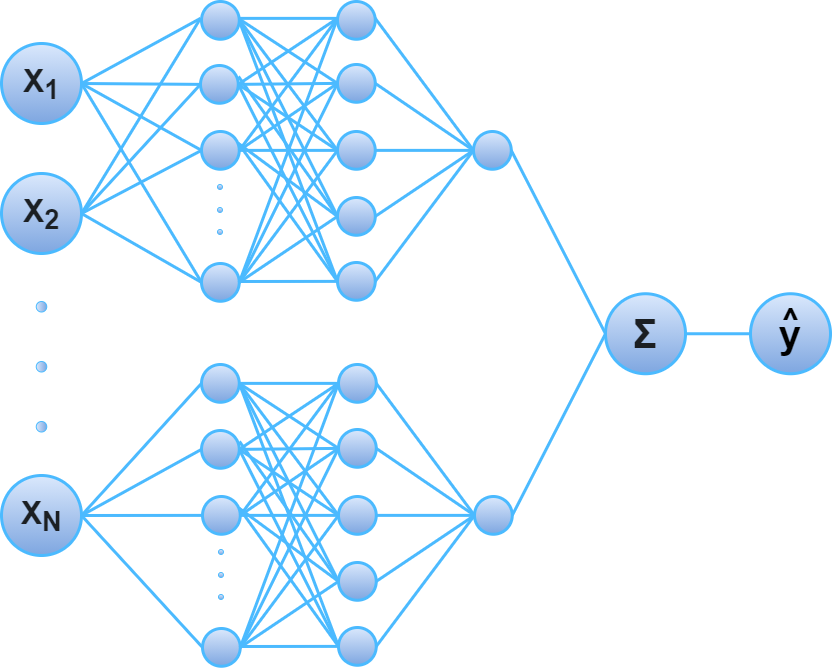
Earlier version of the draw.io export images/nam.png (RyanSaxe/blog). Source tidied: cells renumbered, new cells last; positions are measured from the earlier drawing's top-left corner, leaving out a move shared by most shapes.
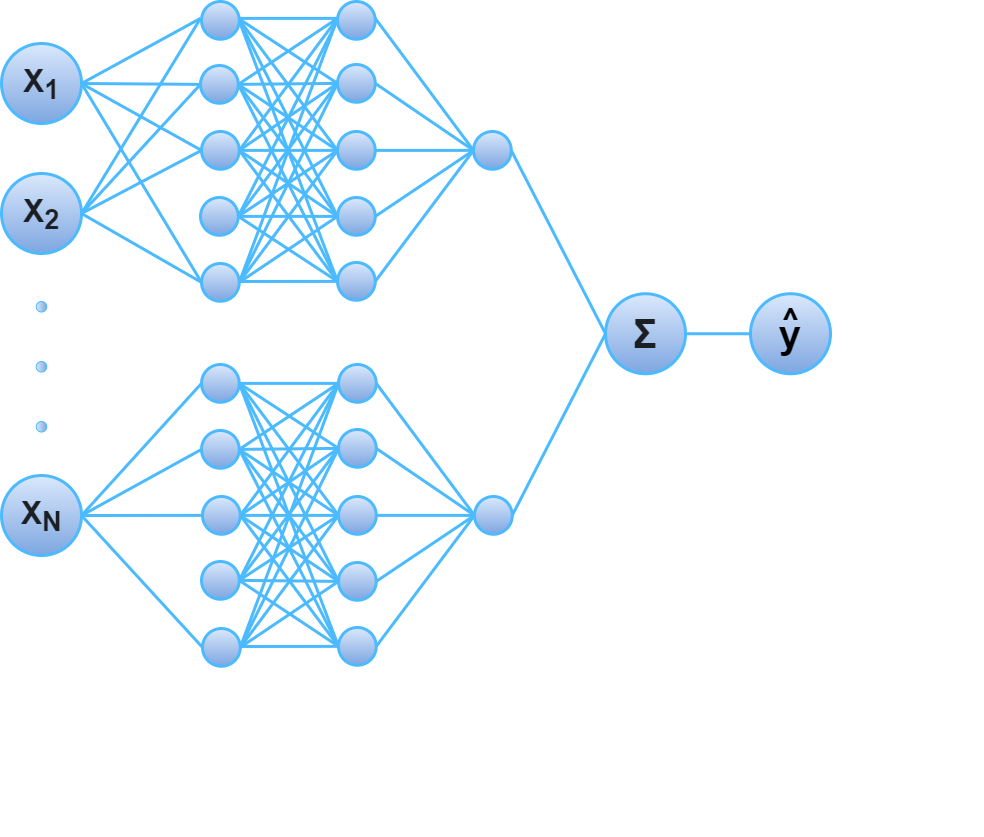
Later version of the same file.

The edit, as a diff of the source:
```diff
@@ -26,15 +26,6 @@
     <mxCell id="9" style="ellipse;whiteSpace=wrap;html=1;fillColor=#dae8fc;gradientColor=#7ea6e0;strokeWidth=3;strokeColor=#4BBAFF;sketch=0;rotation=0;" parent="6" vertex="1">
       <mxGeometry x="52" y="-112" width="37.8" height="37.8" as="geometry" />
     </mxCell>
-    <mxCell id="10" style="ellipse;whiteSpace=wrap;html=1;strokeColor=#4BBAFF;strokeWidth=1;fillColor=#DAE8FC;gradientColor=#7EA6E0;sketch=0;rotation=0;" parent="6" vertex="1">
-      <mxGeometry x="69" y="7" width="5" height="5" as="geometry" />
-    </mxCell>
-    <mxCell id="11" style="ellipse;whiteSpace=wrap;html=1;strokeColor=#4BBAFF;strokeWidth=1;fillColor=#DAE8FC;gradientColor=#7EA6E0;sketch=0;rotation=0;" parent="6" vertex="1">
-      <mxGeometry x="69" y="30" width="5" height="5" as="geometry" />
-    </mxCell>
-    <mxCell id="12" style="ellipse;whiteSpace=wrap;html=1;strokeColor=#4BBAFF;strokeWidth=1;fillColor=#DAE8FC;gradientColor=#7EA6E0;sketch=0;rotation=0;" parent="6" vertex="1">
-      <mxGeometry x="69" y="52" width="5" height="5" as="geometry" />
-    </mxCell>
     <mxCell id="13" style="endArrow=none;html=1;strokeWidth=3;entryX=0;entryY=0.5;entryDx=0;entryDy=0;strokeColor=#4BBAFF;exitX=1;exitY=0.5;exitDx=0;exitDy=0;endFill=0;sketch=0;" parent="6" edge="1" source="7">
       <mxGeometry relative="1" as="geometry">
         <mxPoint x="189" y="-159.1" as="targetPoint" />
@@ -112,15 +103,11 @@
         <mxPoint x="89.7" y="-159.1" as="sourcePoint" />
       </mxGeometry>
     </mxCell>
-    <mxCell id="33" style="endArrow=none;html=1;strokeWidth=3;entryX=0;entryY=0.5;entryDx=0;entryDy=0;strokeColor=#4BBAFF;exitX=1;exitY=0.5;exitDx=0;exitDy=0;endFill=0;sketch=0;" parent="6" edge="1" target="30">
-      <mxGeometry relative="1" as="geometry">
-        <mxPoint x="90" y="-34" as="sourcePoint" />
-      </mxGeometry>
+    <mxCell id="33" style="endArrow=none;html=1;strokeWidth=3;entryX=0;entryY=0.5;entryDx=0;entryDy=0;strokeColor=#4BBAFF;exitX=1;exitY=0.5;exitDx=0;exitDy=0;endFill=0;sketch=0;" parent="6" edge="1" source="8" target="30">
+      <mxGeometry relative="1" as="geometry" />
     </mxCell>
-    <mxCell id="34" style="endArrow=none;html=1;strokeWidth=3;entryX=0;entryY=0.5;entryDx=0;entryDy=0;strokeColor=#4BBAFF;exitX=1;exitY=0.5;exitDx=0;exitDy=0;endFill=0;sketch=0;" parent="6" edge="1" target="30">
-      <mxGeometry relative="1" as="geometry">
-        <mxPoint x="90" y="-101" as="sourcePoint" />
-      </mxGeometry>
+    <mxCell id="34" style="endArrow=none;html=1;strokeWidth=3;entryX=0;entryY=0.5;entryDx=0;entryDy=0;strokeColor=#4BBAFF;exitX=1;exitY=0.5;exitDx=0;exitDy=0;endFill=0;sketch=0;" parent="6" edge="1" source="9" target="30">
+      <mxGeometry relative="1" as="geometry" />
     </mxCell>
     <mxCell id="35" style="ellipse;whiteSpace=wrap;html=1;fillColor=#dae8fc;gradientColor=#7ea6e0;strokeWidth=3;strokeColor=#4BBAFF;sketch=0;rotation=0;" parent="6" vertex="1">
       <mxGeometry x="189" y="85" width="37.8" height="37.8" as="geometry" />
@@ -138,10 +125,8 @@
         <mxPoint x="89.7" y="-159.1" as="sourcePoint" />
       </mxGeometry>
     </mxCell>
-    <mxCell id="39" style="endArrow=none;html=1;strokeWidth=3;entryX=0;entryY=0.5;entryDx=0;entryDy=0;strokeColor=#4BBAFF;exitX=1;exitY=0.5;exitDx=0;exitDy=0;endFill=0;sketch=0;" parent="6" edge="1" target="35">
-      <mxGeometry relative="1" as="geometry">
-        <mxPoint x="90" y="-34" as="sourcePoint" />
-      </mxGeometry>
+    <mxCell id="39" style="endArrow=none;html=1;strokeWidth=3;entryX=0;entryY=0.5;entryDx=0;entryDy=0;strokeColor=#4BBAFF;exitX=1;exitY=0.5;exitDx=0;exitDy=0;endFill=0;sketch=0;" parent="6" edge="1" source="8" target="35">
+      <mxGeometry relative="1" as="geometry" />
     </mxCell>
     <mxCell id="40" style="endArrow=none;html=1;strokeWidth=3;entryX=0;entryY=0.5;entryDx=0;entryDy=0;strokeColor=#4BBAFF;exitX=1;exitY=0.5;exitDx=0;exitDy=0;endFill=0;sketch=0;" parent="6" edge="1" source="30" target="28">
       <mxGeometry relative="1" as="geometry" />
@@ -152,6 +137,21 @@
     <mxCell id="42" style="endArrow=none;html=1;strokeWidth=3;entryX=0;entryY=0.5;entryDx=0;entryDy=0;strokeColor=#4BBAFF;exitX=1;exitY=0.5;exitDx=0;exitDy=0;endFill=0;sketch=0;" parent="6" edge="1" source="25" target="28">
       <mxGeometry relative="1" as="geometry" />
     </mxCell>
+    <mxCell id="106" style="ellipse;whiteSpace=wrap;html=1;fillColor=#dae8fc;gradientColor=#7ea6e0;strokeWidth=3;strokeColor=#4BBAFF;sketch=0;rotation=0;" parent="6" vertex="1">
+      <mxGeometry x="52" y="20" width="37.8" height="37.8" as="geometry" />
+    </mxCell>
+    <mxCell id="107" style="endArrow=none;html=1;strokeWidth=3;entryX=0;entryY=0.5;entryDx=0;entryDy=0;strokeColor=#4BBAFF;exitX=1;exitY=0.5;exitDx=0;exitDy=0;endFill=0;sketch=0;" parent="6" edge="1" source="106" target="35">
+      <mxGeometry relative="1" as="geometry" />
+    </mxCell>
+    <mxCell id="108" style="endArrow=none;html=1;strokeWidth=3;entryX=0;entryY=0.5;entryDx=0;entryDy=0;strokeColor=#4BBAFF;exitX=1;exitY=0.5;exitDx=0;exitDy=0;endFill=0;sketch=0;" parent="6" edge="1" source="106" target="30">
+      <mxGeometry relative="1" as="geometry" />
+    </mxCell>
+    <mxCell id="109" style="endArrow=none;html=1;strokeWidth=3;entryX=0;entryY=0.5;entryDx=0;entryDy=0;strokeColor=#4BBAFF;exitX=1;exitY=0.5;exitDx=0;exitDy=0;endFill=0;sketch=0;" parent="6" edge="1" source="106" target="25">
+      <mxGeometry relative="1" as="geometry" />
+    </mxCell>
+    <mxCell id="110" style="endArrow=none;html=1;strokeWidth=3;strokeColor=#4BBAFF;exitX=1;exitY=0.5;exitDx=0;exitDy=0;endFill=0;sketch=0;entryX=0;entryY=0.5;entryDx=0;entryDy=0;" parent="6" edge="1" source="106" target="20">
+      <mxGeometry relative="1" as="geometry" />
+    </mxCell>
     <mxCell id="43" style="group;rotation=0;" parent="2" vertex="1">
       <mxGeometry x="-82" y="136" width="433.5" height="226.5" as="geometry" />
     </mxCell>
@@ -167,15 +167,6 @@
     <mxCell id="47" style="ellipse;whiteSpace=wrap;html=1;fillColor=#dae8fc;gradientColor=#7ea6e0;strokeWidth=3;strokeColor=#4BBAFF;sketch=0;rotation=0;" parent="43" vertex="1">
       <mxGeometry x="52" y="144" width="37.8" height="37.8" as="geometry" />
     </mxCell>
-    <mxCell id="48" style="ellipse;whiteSpace=wrap;html=1;strokeColor=#4BBAFF;strokeWidth=1;fillColor=#DAE8FC;gradientColor=#7EA6E0;sketch=0;rotation=0;" parent="43" vertex="1">
-      <mxGeometry x="69" y="329" width="5" height="5" as="geometry" />
-    </mxCell>
-    <mxCell id="49" style="ellipse;whiteSpace=wrap;html=1;strokeColor=#4BBAFF;strokeWidth=1;fillColor=#DAE8FC;gradientColor=#7EA6E0;sketch=0;rotation=0;" parent="43" vertex="1">
-      <mxGeometry x="69" y="352" width="5" height="5" as="geometry" />
-    </mxCell>
-    <mxCell id="50" style="ellipse;whiteSpace=wrap;html=1;strokeColor=#4BBAFF;strokeWidth=1;fillColor=#DAE8FC;gradientColor=#7EA6E0;sketch=0;rotation=0;" parent="43" vertex="1">
-      <mxGeometry x="69" y="374" width="5" height="5" as="geometry" />
-    </mxCell>
     <mxCell id="51" style="ellipse;whiteSpace=wrap;html=1;fillColor=#dae8fc;gradientColor=#7ea6e0;strokeWidth=3;strokeColor=#4BBAFF;sketch=0;rotation=0;" parent="43" vertex="1">
       <mxGeometry x="189" y="144" width="37.8" height="37.8" as="geometry" />
     </mxCell>
@@ -239,15 +230,11 @@
     <mxCell id="71" style="endArrow=none;html=1;strokeWidth=3;entryX=0;entryY=0.5;entryDx=0;entryDy=0;strokeColor=#4bbaff;exitX=1;exitY=0.5;exitDx=0;exitDy=0;endFill=0;sketch=0;" parent="43" edge="1" source="47" target="69">
       <mxGeometry relative="1" as="geometry" />
     </mxCell>
-    <mxCell id="72" style="endArrow=none;html=1;strokeWidth=3;entryX=0;entryY=0.5;entryDx=0;entryDy=0;strokeColor=#4BBAFF;exitX=1;exitY=0.5;exitDx=0;exitDy=0;endFill=0;sketch=0;" parent="43" edge="1" target="69">
-      <mxGeometry relative="1" as="geometry">
-        <mxPoint x="90" y="288" as="sourcePoint" />
-      </mxGeometry>
+    <mxCell id="72" style="endArrow=none;html=1;strokeWidth=3;entryX=0;entryY=0.5;entryDx=0;entryDy=0;strokeColor=#4BBAFF;exitX=1;exitY=0.5;exitDx=0;exitDy=0;endFill=0;sketch=0;" parent="43" edge="1" source="45" target="69">
+      <mxGeometry relative="1" as="geometry" />
     </mxCell>
-    <mxCell id="73" style="endArrow=none;html=1;strokeWidth=3;entryX=0;entryY=0.5;entryDx=0;entryDy=0;strokeColor=#4BBAFF;exitX=1;exitY=0.5;exitDx=0;exitDy=0;endFill=0;sketch=0;" parent="43" edge="1" target="69">
-      <mxGeometry relative="1" as="geometry">
-        <mxPoint x="90" y="221" as="sourcePoint" />
-      </mxGeometry>
+    <mxCell id="73" style="endArrow=none;html=1;strokeWidth=3;entryX=0;entryY=0.5;entryDx=0;entryDy=0;strokeColor=#4BBAFF;exitX=1;exitY=0.5;exitDx=0;exitDy=0;endFill=0;sketch=0;" parent="43" edge="1" source="46" target="69">
+      <mxGeometry relative="1" as="geometry" />
     </mxCell>
     <mxCell id="74" style="ellipse;whiteSpace=wrap;html=1;fillColor=#dae8fc;gradientColor=#7ea6e0;strokeWidth=3;strokeColor=#4BBAFF;sketch=0;rotation=0;" parent="43" vertex="1">
       <mxGeometry x="189" y="407" width="37.8" height="37.8" as="geometry" />
@@ -263,10 +250,8 @@
     <mxCell id="77" style="endArrow=none;html=1;strokeWidth=3;entryX=0;entryY=0.5;entryDx=0;entryDy=0;strokeColor=#4BBAFF;exitX=1;exitY=0.5;exitDx=0;exitDy=0;endFill=0;sketch=0;" parent="43" edge="1" source="47" target="74">
       <mxGeometry relative="1" as="geometry" />
     </mxCell>
-    <mxCell id="78" style="endArrow=none;html=1;strokeWidth=3;entryX=0;entryY=0.5;entryDx=0;entryDy=0;strokeColor=#4BBAFF;exitX=1;exitY=0.5;exitDx=0;exitDy=0;endFill=0;sketch=0;" parent="43" edge="1" target="74">
-      <mxGeometry relative="1" as="geometry">
-        <mxPoint x="90" y="288" as="sourcePoint" />
-      </mxGeometry>
+    <mxCell id="78" style="endArrow=none;html=1;strokeWidth=3;entryX=0;entryY=0.5;entryDx=0;entryDy=0;strokeColor=#4BBAFF;exitX=1;exitY=0.5;exitDx=0;exitDy=0;endFill=0;sketch=0;" parent="43" edge="1" source="45" target="74">
+      <mxGeometry relative="1" as="geometry" />
     </mxCell>
     <mxCell id="79" style="endArrow=none;html=1;strokeWidth=3;entryX=0;entryY=0.5;entryDx=0;entryDy=0;strokeColor=#4BBAFF;exitX=1;exitY=0.5;exitDx=0;exitDy=0;endFill=0;sketch=0;" parent="43" edge="1" source="69" target="67">
       <mxGeometry relative="1" as="geometry" />
@@ -353,5 +338,26 @@
     <mxCell id="105" style="ellipse;whiteSpace=wrap;html=1;strokeColor=#4BBAFF;strokeWidth=1;fillColor=#DAE8FC;gradientColor=#7EA6E0;sketch=0;rotation=-90;" parent="1" vertex="1">
       <mxGeometry x="34.8" y="300" width="10.5" height="10.5" as="geometry" />
     </mxCell>
+    <mxCell id="111" style="ellipse;whiteSpace=wrap;html=1;fillColor=#dae8fc;gradientColor=#7ea6e0;strokeWidth=3;strokeColor=#4BBAFF;sketch=0;rotation=0;" parent="1" vertex="1">
+      <mxGeometry x="200" y="560" width="37.8" height="37.8" as="geometry" />
+    </mxCell>
+    <mxCell id="112" style="endArrow=none;html=1;strokeWidth=3;entryX=0;entryY=0.5;entryDx=0;entryDy=0;strokeColor=#4BBAFF;exitX=1;exitY=0.5;exitDx=0;exitDy=0;endFill=0;sketch=0;" parent="1" edge="1" source="111" target="69">
+      <mxGeometry relative="1" as="geometry" />
+    </mxCell>
+    <mxCell id="113" style="endArrow=none;html=1;strokeWidth=3;entryX=0;entryY=0.5;entryDx=0;entryDy=0;strokeColor=#4BBAFF;exitX=1;exitY=0.5;exitDx=0;exitDy=0;endFill=0;sketch=0;" parent="1" edge="1" source="111" target="74">
+      <mxGeometry relative="1" as="geometry" />
+    </mxCell>
+    <mxCell id="114" style="endArrow=none;html=1;strokeWidth=3;entryX=0;entryY=0.5;entryDx=0;entryDy=0;strokeColor=#4BBAFF;exitX=1;exitY=0.5;exitDx=0;exitDy=0;endFill=0;sketch=0;" parent="1" edge="1" source="111" target="64">
+      <mxGeometry relative="1" as="geometry" />
+    </mxCell>
+    <mxCell id="115" style="endArrow=none;html=1;strokeWidth=3;entryX=0;entryY=0.5;entryDx=0;entryDy=0;strokeColor=#4BBAFF;exitX=1;exitY=0.5;exitDx=0;exitDy=0;endFill=0;sketch=0;" parent="1" edge="1" source="111" target="59">
+      <mxGeometry relative="1" as="geometry" />
+    </mxCell>
+    <mxCell id="116" style="endArrow=none;html=1;strokeWidth=3;entryX=0;entryY=0.5;entryDx=0;entryDy=0;strokeColor=#4BBAFF;exitX=1;exitY=0.5;exitDx=0;exitDy=0;endFill=0;sketch=0;" parent="1" edge="1" source="111" target="51">
+      <mxGeometry relative="1" as="geometry" />
+    </mxCell>
+    <mxCell id="117" style="endArrow=none;html=1;strokeWidth=3;strokeColor=#4BBAFF;exitX=1;exitY=0.5;exitDx=0;exitDy=0;endFill=0;sketch=0;entryX=0;entryY=0.5;entryDx=0;entryDy=0;" parent="1" edge="1" source="106" target="101">
+      <mxGeometry relative="1" as="geometry" />
+    </mxCell>
   </root>
 </mxGraphModel>
```
